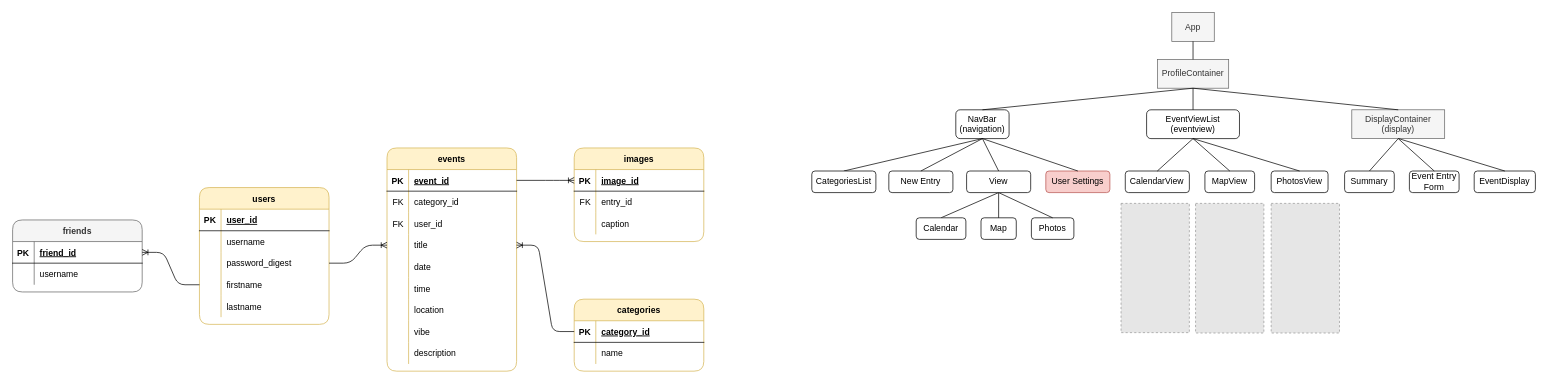
Before: images/storybook.drawio in fentybit/Storybook_frontend, a draw.io diagram. Source tidied: cells renumbered, new cells numbered last; positions are measured from the earlier drawing's top-left corner, leaving out a move shared by most shapes. Both pictures are drawn from the tidied source at 72%, with x=0, y=0 at pixel (12, 12). Pictures stored in the file or linked from it are replaced by grey dashed boxes.
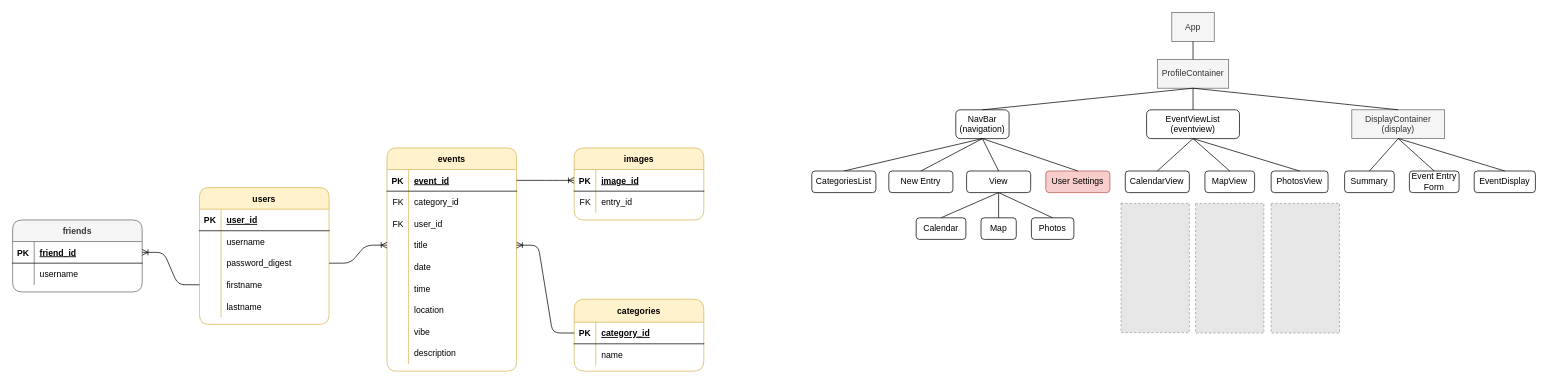
After the change.

Change to the diagram source:
```diff
@@
-    <mxCell id="18" value="categories" style="shape=table;startSize=30;childLayout=tableLayout;rowLines=0;fontStyle=1;align=center;rounded=1;fillColor=#fff2cc;strokeColor=#d6b656;" parent="1" vertex="1">
+    <mxCell id="18" value="categories" style="shape=table;startSize=32;childLayout=tableLayout;rowLines=0;fontStyle=1;align=center;rounded=1;fillColor=#fff2cc;strokeColor=#d6b656;" parent="1" vertex="1">
       <mxGeometry x="780" y="398" width="180" height="100" as="geometry" />
     </mxCell>
     <mxCell id="19" style="shape=partialRectangle;fillColor=none;top=0;left=0;bottom=1;right=0;points=[[0,0.5],[1,0.5]];portConstraint=eastwest;" parent="18" vertex="1">
-      <mxGeometry y="30" width="180" height="30" as="geometry" />
+      <mxGeometry y="32" width="180" height="30" as="geometry" />
     </mxCell>
@@
     <mxCell id="22" style="shape=partialRectangle;fillColor=none;top=0;left=0;bottom=0;right=0;" parent="18" vertex="1">
-      <mxGeometry y="60" width="180" height="30" as="geometry" />
+      <mxGeometry y="62" width="180" height="30" as="geometry" />
     </mxCell>
@@
     <mxCell id="55" value="images" style="shape=table;startSize=30;childLayout=tableLayout;rowLines=0;fontStyle=1;align=center;rounded=1;fillColor=#fff2cc;strokeColor=#d6b656;" parent="1" vertex="1">
-      <mxGeometry x="780" y="188" width="180" height="130" as="geometry" />
+      <mxGeometry x="780" y="188" width="180" height="100" as="geometry" />
     </mxCell>
@@
-    <mxCell id="62" style="shape=partialRectangle;fillColor=none;top=0;left=0;bottom=0;right=0;" parent="55" vertex="1">
-      <mxGeometry y="90" width="180" height="30" as="geometry" />
-    </mxCell>
-    <mxCell id="63" style="shape=partialRectangle;fillColor=none;top=0;left=0;bottom=0;right=0;overflow=hidden;" parent="62" vertex="1">
-      <mxGeometry width="30" height="30" as="geometry" />
-    </mxCell>
-    <mxCell id="64" value="caption" style="shape=partialRectangle;fillColor=none;top=0;left=0;bottom=0;right=0;align=left;spacingLeft=6;overflow=hidden;" parent="62" vertex="1">
-      <mxGeometry x="30" width="150" height="30" as="geometry" />
-    </mxCell>
```
